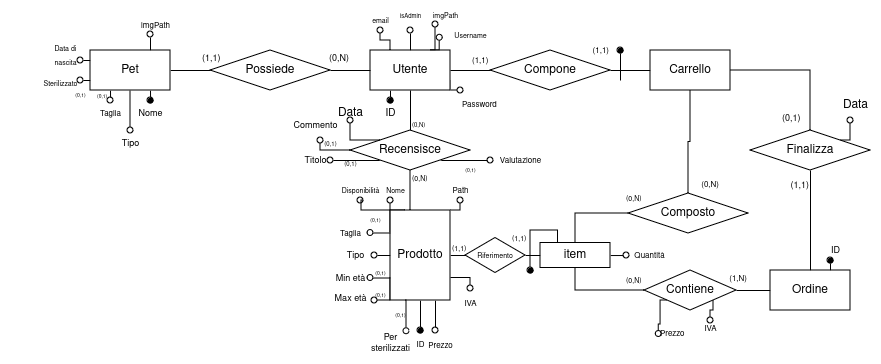
This is Documenti/DrawIo&Images/DarwinShopNormalized.png from NumberZeroo/TSW_Proj, a draw.io export, as it was before one commit. Source tidied: cells renumbered, new cells last; positions are measured from the earlier drawing's top-left corner, leaving out a move shared by most shapes.
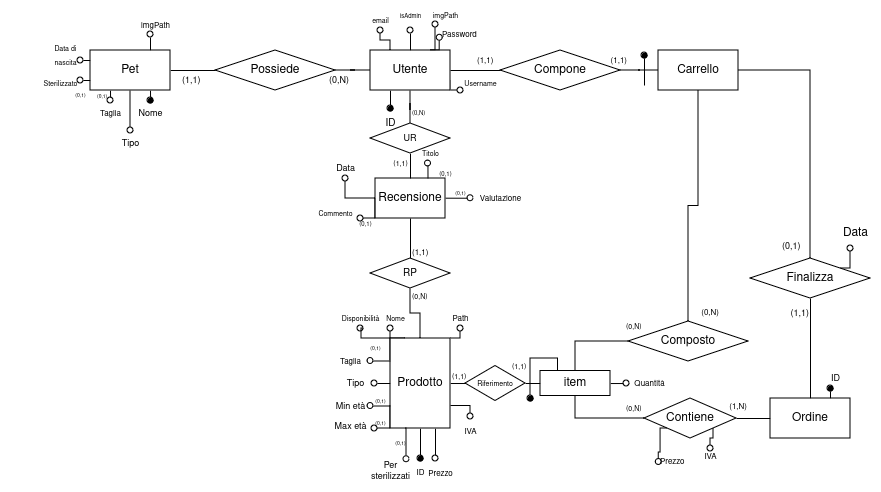
Above is the later version.

Commit message:
Reificata "recensione"

Diff of the diagram source:
```diff
@@ -6,7 +6,9 @@
       <mxGeometry relative="1" as="geometry">
-        <mxPoint x="390" y="100" as="targetPoint" />
+        <mxPoint x="390" y="-20" as="targetPoint" />
       </mxGeometry>
     </mxCell>
-    <mxCell id="3" style="edgeStyle=orthogonalEdgeStyle;rounded=0;jettySize=auto;html=1;exitX=0.75;exitY=0;exitDx=0;exitDy=0;endArrow=oval;endFill=0;entryX=-0.014;entryY=0.578;entryDx=0;entryDy=0;entryPerimeter=0;" parent="1" edge="1" source="8" target="68">
-      <mxGeometry relative="1" as="geometry" />
+    <mxCell id="3" style="edgeStyle=orthogonalEdgeStyle;rounded=0;jettySize=auto;html=1;exitX=0.75;exitY=0;exitDx=0;exitDy=0;endArrow=oval;endFill=0;entryX=-0.014;entryY=0.578;entryDx=0;entryDy=0;entryPerimeter=0;" parent="1" edge="1" source="8">
+      <mxGeometry relative="1" as="geometry">
+        <mxPoint x="439.2" y="-90.7" as="targetPoint" />
+      </mxGeometry>
     </mxCell>
@@ -15,4 +17,4 @@
         <Array as="points">
-          <mxPoint x="390" y="40" />
-          <mxPoint x="380" y="40" />
+          <mxPoint x="390" y="-88" />
+          <mxPoint x="380" y="-88" />
         </Array>
@@ -20,7 +22,8 @@
     </mxCell>
-    <mxCell id="5" style="edgeStyle=orthogonalEdgeStyle;rounded=0;jettySize=auto;html=1;exitX=1;exitY=0.75;exitDx=0;exitDy=0;endArrow=oval;endFill=0;" parent="1" edge="1" source="8" target="70">
+    <mxCell id="5" style="edgeStyle=orthogonalEdgeStyle;rounded=0;jettySize=auto;html=1;exitX=1;exitY=0.75;exitDx=0;exitDy=0;endArrow=oval;endFill=0;" parent="1" edge="1" source="8">
       <mxGeometry relative="1" as="geometry">
+        <mxPoint x="460" y="-38" as="targetPoint" />
         <Array as="points">
-          <mxPoint x="460" y="90" />
-          <mxPoint x="460" y="90" />
+          <mxPoint x="460" y="-38" />
+          <mxPoint x="460" y="-38" />
         </Array>
@@ -30,3 +33,3 @@
       <mxGeometry relative="1" as="geometry">
-        <mxPoint x="410" y="30" as="targetPoint" />
+        <mxPoint x="410" y="-98" as="targetPoint" />
       </mxGeometry>
@@ -35,7 +38,10 @@
       <mxGeometry relative="1" as="geometry">
-        <mxPoint x="435" y="20" as="targetPoint" />
+        <mxPoint x="435" y="-108" as="targetPoint" />
       </mxGeometry>
     </mxCell>
+    <mxCell id="118" style="edgeStyle=orthogonalEdgeStyle;rounded=0;jettySize=auto;html=1;entryX=0.5;entryY=0;entryDx=0;entryDy=0;endArrow=none;endFill=0;" parent="1" edge="1" source="8" target="124">
+      <mxGeometry relative="1" as="geometry" />
+    </mxCell>
     <mxCell id="8" value="Utente" style="whiteSpace=wrap;html=1;align=center;" parent="1" vertex="1">
-      <mxGeometry x="370" y="50" width="80" height="40" as="geometry" />
+      <mxGeometry x="370" y="-78" width="80" height="40" as="geometry" />
     </mxCell>
@@ -48,3 +54,3 @@
     <mxCell id="11" value="Compone" style="shape=rhombus;perimeter=rhombusPerimeter;whiteSpace=wrap;html=1;align=center;" parent="1" vertex="1">
-      <mxGeometry x="490" y="50" width="120" height="40" as="geometry" />
+      <mxGeometry x="500" y="-78" width="120" height="40" as="geometry" />
     </mxCell>
@@ -52,4 +58,4 @@
       <mxGeometry relative="1" as="geometry">
-        <mxPoint x="620" y="80" as="sourcePoint" />
-        <mxPoint x="620" y="50" as="targetPoint" />
+        <mxPoint x="644" y="-43" as="sourcePoint" />
+        <mxPoint x="644" y="-73" as="targetPoint" />
       </mxGeometry>
@@ -57,3 +63,3 @@
     <mxCell id="13" value="Carrello" style="whiteSpace=wrap;html=1;align=center;" parent="1" vertex="1">
-      <mxGeometry x="650" y="50" width="80" height="40" as="geometry" />
+      <mxGeometry x="658" y="-78" width="80" height="40" as="geometry" />
     </mxCell>
@@ -64,3 +70,3 @@
       <mxGeometry relative="1" as="geometry">
-        <mxPoint x="150.1" y="100" as="targetPoint" />
+        <mxPoint x="150.1" y="-28" as="targetPoint" />
       </mxGeometry>
@@ -69,3 +75,3 @@
       <mxGeometry relative="1" as="geometry">
-        <mxPoint x="130" y="130" as="targetPoint" />
+        <mxPoint x="130" y="2" as="targetPoint" />
       </mxGeometry>
@@ -74,3 +80,3 @@
       <mxGeometry relative="1" as="geometry">
-        <mxPoint x="110.1" y="100" as="targetPoint" />
+        <mxPoint x="110.1" y="-28" as="targetPoint" />
       </mxGeometry>
@@ -79,3 +85,3 @@
       <mxGeometry relative="1" as="geometry">
-        <mxPoint x="80" y="60.1" as="targetPoint" />
+        <mxPoint x="80" y="-67.9" as="targetPoint" />
       </mxGeometry>
@@ -84,3 +90,3 @@
       <mxGeometry relative="1" as="geometry">
-        <mxPoint x="80" y="80.1" as="targetPoint" />
+        <mxPoint x="80" y="-47.9" as="targetPoint" />
       </mxGeometry>
@@ -89,3 +95,3 @@
       <mxGeometry relative="1" as="geometry">
-        <mxPoint x="150" y="30" as="targetPoint" />
+        <mxPoint x="150" y="-98" as="targetPoint" />
       </mxGeometry>
@@ -93,3 +99,3 @@
     <mxCell id="21" value="Pet" style="whiteSpace=wrap;html=1;align=center;" parent="1" vertex="1">
-      <mxGeometry x="90" y="50" width="80" height="40" as="geometry" />
+      <mxGeometry x="90" y="-78" width="80" height="40" as="geometry" />
     </mxCell>
@@ -99,41 +105,26 @@
     <mxCell id="23" value="Possiede" style="shape=rhombus;perimeter=rhombusPerimeter;whiteSpace=wrap;html=1;align=center;" parent="1" vertex="1">
-      <mxGeometry x="210" y="50" width="120" height="40" as="geometry" />
+      <mxGeometry x="215" y="-78" width="120" height="40" as="geometry" />
     </mxCell>
-    <mxCell id="24" style="edgeStyle=orthogonalEdgeStyle;rounded=0;jettySize=auto;html=1;endArrow=none;endFill=0;" parent="1" edge="1" source="29" target="8">
-      <mxGeometry relative="1" as="geometry" />
-    </mxCell>
-    <mxCell id="25" style="edgeStyle=orthogonalEdgeStyle;rounded=0;jettySize=auto;html=1;exitX=0;exitY=0;exitDx=0;exitDy=0;endArrow=oval;endFill=0;" parent="1" edge="1" source="29">
+    <mxCell id="25" style="edgeStyle=orthogonalEdgeStyle;rounded=0;orthogonalLoop=1;jettySize=auto;html=1;exitX=0;exitY=0;exitDx=0;exitDy=0;endArrow=oval;endFill=0;" parent="1" edge="1">
       <mxGeometry relative="1" as="geometry">
-        <mxPoint x="350" y="120" as="targetPoint" />
+        <mxPoint x="375" y="70" as="sourcePoint" />
+        <mxPoint x="345" y="50" as="targetPoint" />
       </mxGeometry>
     </mxCell>
-    <mxCell id="26" style="edgeStyle=orthogonalEdgeStyle;rounded=0;jettySize=auto;html=1;exitX=0;exitY=0.5;exitDx=0;exitDy=0;endArrow=oval;endFill=0;" parent="1" edge="1" source="29">
+    <mxCell id="26" style="edgeStyle=orthogonalEdgeStyle;rounded=0;jettySize=auto;html=1;exitX=0;exitY=0.5;exitDx=0;exitDy=0;endArrow=oval;endFill=0;" parent="1" edge="1" source="120">
       <mxGeometry relative="1" as="geometry">
-        <mxPoint x="320" y="140" as="targetPoint" />
+        <mxPoint x="360" y="90" as="targetPoint" />
+        <Array as="points">
+          <mxPoint x="375" y="90" />
+        </Array>
       </mxGeometry>
     </mxCell>
-    <mxCell id="27" style="edgeStyle=orthogonalEdgeStyle;rounded=0;jettySize=auto;html=1;exitX=0;exitY=1;exitDx=0;exitDy=0;endArrow=oval;endFill=0;" parent="1" edge="1" source="29">
-      <mxGeometry relative="1" as="geometry">
-        <mxPoint x="330" y="160.1" as="targetPoint" />
-        <Array as="points">
-          <mxPoint x="330" y="160" />
-          <mxPoint x="330" y="160" />
-        </Array>
-      </mxGeometry>
-    </mxCell>
-    <mxCell id="28" style="edgeStyle=orthogonalEdgeStyle;rounded=0;jettySize=auto;html=1;exitX=1;exitY=1;exitDx=0;exitDy=0;endArrow=oval;endFill=0;" parent="1" edge="1" source="29">
+    <mxCell id="28" style="edgeStyle=orthogonalEdgeStyle;rounded=0;orthogonalLoop=1;jettySize=auto;html=1;exitX=1;exitY=1;exitDx=0;exitDy=0;endArrow=oval;endFill=0;" parent="1" edge="1">
       <mxGeometry relative="1" as="geometry">
-        <mxPoint x="490" y="160.1" as="targetPoint" />
+        <mxPoint x="445" y="69.7" as="sourcePoint" />
+        <mxPoint x="470" y="70" as="targetPoint" />
       </mxGeometry>
     </mxCell>
-    <mxCell id="29" value="Recensisce" style="shape=rhombus;perimeter=rhombusPerimeter;whiteSpace=wrap;html=1;align=center;" parent="1" vertex="1">
-      <mxGeometry x="350" y="130" width="120" height="40" as="geometry" />
-    </mxCell>
-    <mxCell id="30" style="edgeStyle=orthogonalEdgeStyle;rounded=0;jettySize=auto;html=1;endArrow=none;endFill=0;" parent="1" edge="1" source="42" target="29">
-      <mxGeometry relative="1" as="geometry">
-        <Array as="points">
-          <mxPoint x="410" y="190" />
-          <mxPoint x="410" y="190" />
-        </Array>
-      </mxGeometry>
+    <mxCell id="30" style="edgeStyle=orthogonalEdgeStyle;rounded=0;jettySize=auto;html=1;endArrow=none;endFill=0;entryX=0.5;entryY=1;entryDx=0;entryDy=0;" parent="1" edge="1" source="42" target="122">
+      <mxGeometry relative="1" as="geometry" />
     </mxCell>
@@ -238,12 +229,12 @@
     <mxCell id="53" value="&lt;font style=&quot;font-size: 9px;&quot;&gt;(0,N)&lt;/font&gt;" style="text;html=1;align=right;verticalAlign=bottom;strokeColor=none;fillColor=none;" parent="1" vertex="1">
-      <mxGeometry x="310" y="38" width="40" height="30" as="geometry" />
+      <mxGeometry x="310" y="-68" width="40" height="30" as="geometry" />
     </mxCell>
     <mxCell id="54" value="&lt;font style=&quot;font-size: 9px;&quot;&gt;(1,1)&lt;/font&gt;" style="text;html=1;align=left;verticalAlign=bottom;strokeColor=none;fillColor=none;" parent="1" vertex="1">
-      <mxGeometry x="200" y="38" width="40" height="30" as="geometry" />
+      <mxGeometry x="180" y="-68" width="40" height="30" as="geometry" />
     </mxCell>
     <mxCell id="55" value="&lt;font style=&quot;font-size: 8px;&quot;&gt;(1,1)&lt;/font&gt;" style="text;html=1;align=left;verticalAlign=bottom;strokeColor=none;fillColor=none;" parent="1" vertex="1">
-      <mxGeometry x="470" y="40" width="40" height="30" as="geometry" />
+      <mxGeometry x="475" y="-88" width="40" height="30" as="geometry" />
     </mxCell>
     <mxCell id="56" value="&lt;font style=&quot;font-size: 8px;&quot;&gt;(1,1)&lt;/font&gt;" style="text;html=1;align=right;verticalAlign=bottom;strokeColor=none;fillColor=none;" parent="1" vertex="1">
-      <mxGeometry x="570" y="30" width="40" height="30" as="geometry" />
+      <mxGeometry x="588" y="-88" width="40" height="30" as="geometry" />
     </mxCell>
@@ -255,3 +246,3 @@
     </mxCell>
-    <mxCell id="59" value="&lt;font style=&quot;font-size: 6px;&quot;&gt;(0,N)&lt;/font&gt;" style="text;html=1;align=left;verticalAlign=top;strokeColor=none;fillColor=none;" parent="1" vertex="1">
+    <mxCell id="59" value="&lt;font style=&quot;font-size: 8px;&quot;&gt;(1,1)&lt;br&gt;&lt;/font&gt;" style="text;html=1;align=left;verticalAlign=top;strokeColor=none;fillColor=none;" parent="1" vertex="1">
       <mxGeometry x="410" y="110" width="40" height="30" as="geometry" />
@@ -259,3 +250,3 @@
     <mxCell id="60" value="(0,N)" style="text;html=1;align=left;verticalAlign=bottom;strokeColor=none;fillColor=none;fontSize=7;" parent="1" vertex="1">
-      <mxGeometry x="410" y="165" width="40" height="20" as="geometry" />
+      <mxGeometry x="410" y="155" width="40" height="20" as="geometry" />
     </mxCell>
@@ -280,24 +271,24 @@
     <mxCell id="67" value="&lt;font style=&quot;font-size: 10px;&quot;&gt;ID&lt;/font&gt;" style="text;html=1;align=center;verticalAlign=middle;strokeColor=none;fillColor=none;" parent="1" vertex="1">
-      <mxGeometry x="375" y="98" width="30" height="30" as="geometry" />
+      <mxGeometry x="375" y="-20" width="30" height="30" as="geometry" />
     </mxCell>
     <mxCell id="68" value="&lt;div&gt;&lt;font style=&quot;font-size: 7px;&quot;&gt;Username&lt;/font&gt;&lt;/div&gt;" style="text;html=1;align=center;verticalAlign=middle;points=[];strokeColor=none;fillColor=none;" parent="1" vertex="1">
-      <mxGeometry x="440" y="20" width="60" height="30" as="geometry" />
+      <mxGeometry x="450" y="-60" width="60" height="30" as="geometry" />
     </mxCell>
     <mxCell id="69" value="&lt;font style=&quot;font-size: 7px;&quot;&gt;email&lt;/font&gt;" style="text;html=1;align=center;verticalAlign=bottom;points=[];strokeColor=none;fillColor=none;" parent="1" vertex="1">
-      <mxGeometry x="360" width="40" height="30" as="geometry" />
+      <mxGeometry x="360" y="-128" width="40" height="30" as="geometry" />
     </mxCell>
     <mxCell id="70" value="&lt;font style=&quot;font-size: 8px;&quot;&gt;Password&lt;/font&gt;" style="text;html=1;align=left;verticalAlign=top;points=[];strokeColor=none;fillColor=none;" parent="1" vertex="1">
-      <mxGeometry x="460" y="90" width="60" height="30" as="geometry" />
+      <mxGeometry x="440" y="-108" width="60" height="30" as="geometry" />
     </mxCell>
     <mxCell id="71" value="&lt;font style=&quot;font-size: 9px;&quot;&gt;Nome&lt;/font&gt;" style="text;html=1;align=center;verticalAlign=middle;strokeColor=none;fillColor=none;" parent="1" vertex="1">
-      <mxGeometry x="125" y="98" width="50" height="30" as="geometry" />
+      <mxGeometry x="125" y="-30" width="50" height="30" as="geometry" />
     </mxCell>
     <mxCell id="72" value="&lt;font style=&quot;font-size: 9px;&quot;&gt;Tipo&lt;/font&gt;" style="text;html=1;align=center;verticalAlign=middle;strokeColor=none;fillColor=none;" parent="1" vertex="1">
-      <mxGeometry x="110" y="128" width="40" height="30" as="geometry" />
+      <mxGeometry x="110" width="40" height="30" as="geometry" />
     </mxCell>
     <mxCell id="73" value="&lt;font style=&quot;font-size: 8px;&quot;&gt;Taglia&lt;/font&gt;" style="text;html=1;align=center;verticalAlign=middle;strokeColor=none;fillColor=none;" parent="1" vertex="1">
-      <mxGeometry x="90" y="98" width="40" height="30" as="geometry" />
+      <mxGeometry x="90" y="-30" width="40" height="30" as="geometry" />
     </mxCell>
     <mxCell id="74" value="&lt;font style=&quot;font-size: 5px;&quot;&gt;(0,1)&lt;br&gt;&lt;/font&gt;" style="text;html=1;align=left;verticalAlign=middle;strokeColor=none;fillColor=none;" parent="1" vertex="1">
-      <mxGeometry x="95" y="80" width="30" height="30" as="geometry" />
+      <mxGeometry x="95" y="-48" width="30" height="30" as="geometry" />
     </mxCell>
@@ -313,9 +304,9 @@
     <mxCell id="78" value="&lt;blockquote&gt;&lt;div align=&quot;justify&quot;&gt;&lt;font style=&quot;font-size: 7px;&quot;&gt;Data di&lt;/font&gt;&lt;br&gt;&lt;font style=&quot;font-size: 7px;&quot;&gt;nascita&lt;/font&gt;&lt;br&gt;&lt;/div&gt;&lt;/blockquote&gt;" style="text;html=1;align=center;verticalAlign=middle;strokeColor=none;fillColor=none;" parent="1" vertex="1">
-      <mxGeometry y="20" width="130" height="70" as="geometry" />
+      <mxGeometry y="-108" width="130" height="70" as="geometry" />
     </mxCell>
     <mxCell id="79" value="&lt;font style=&quot;font-size: 7px;&quot;&gt;Sterilizzato&lt;/font&gt;" style="text;html=1;align=center;verticalAlign=middle;strokeColor=none;fillColor=none;" parent="1" vertex="1">
-      <mxGeometry x="30" y="68" width="60" height="30" as="geometry" />
+      <mxGeometry x="30" y="-60" width="60" height="30" as="geometry" />
     </mxCell>
     <mxCell id="80" value="&lt;font style=&quot;font-size: 5px;&quot;&gt;(0,1)&lt;/font&gt;" style="text;html=1;align=center;verticalAlign=top;strokeColor=none;fillColor=none;horizontal=1;" parent="1" vertex="1">
-      <mxGeometry x="65" y="80" width="30" height="30" as="geometry" />
+      <mxGeometry x="65" y="-48" width="30" height="30" as="geometry" />
     </mxCell>
@@ -358,22 +349,22 @@
     </mxCell>
-    <mxCell id="90" value="Data" style="text;html=1;align=center;verticalAlign=middle;strokeColor=none;fillColor=none;" parent="1" vertex="1">
-      <mxGeometry x="325" y="98" width="50" height="30" as="geometry" />
+    <mxCell id="90" value="&lt;font style=&quot;font-size: 9px;&quot;&gt;Data&lt;/font&gt;" style="text;html=1;align=center;verticalAlign=middle;strokeColor=none;fillColor=none;" parent="1" vertex="1">
+      <mxGeometry x="325" y="25" width="40" height="30" as="geometry" />
     </mxCell>
-    <mxCell id="91" value="&lt;font style=&quot;font-size: 9px;&quot;&gt;Commento&lt;/font&gt;" style="text;html=1;align=center;verticalAlign=middle;strokeColor=none;fillColor=none;" parent="1" vertex="1">
-      <mxGeometry x="280" y="110" width="70" height="30" as="geometry" />
+    <mxCell id="91" value="&lt;font style=&quot;font-size: 7px;&quot;&gt;Commento&lt;/font&gt;" style="text;html=1;align=center;verticalAlign=middle;strokeColor=none;fillColor=none;" parent="1" vertex="1">
+      <mxGeometry x="305" y="70" width="60" height="30" as="geometry" />
     </mxCell>
-    <mxCell id="92" value="&lt;font style=&quot;font-size: 9px;&quot;&gt;Titolo&lt;/font&gt;" style="text;html=1;align=center;verticalAlign=middle;strokeColor=none;fillColor=none;" parent="1" vertex="1">
-      <mxGeometry x="290" y="145" width="50" height="30" as="geometry" />
+    <mxCell id="92" value="&lt;font style=&quot;font-size: 7px;&quot;&gt;Titolo&lt;/font&gt;" style="text;html=1;align=center;verticalAlign=middle;strokeColor=none;fillColor=none;" parent="1" vertex="1">
+      <mxGeometry x="410" y="10" width="40" height="30" as="geometry" />
     </mxCell>
     <mxCell id="93" value="&lt;font style=&quot;font-size: 8px;&quot;&gt;Valutazione&lt;/font&gt;" style="text;html=1;align=center;verticalAlign=middle;strokeColor=none;fillColor=none;" parent="1" vertex="1">
-      <mxGeometry x="490" y="145" width="60" height="30" as="geometry" />
+      <mxGeometry x="470" y="55" width="60" height="30" as="geometry" />
     </mxCell>
     <mxCell id="94" value="&lt;font style=&quot;font-size: 6px;&quot;&gt;(0,1)&lt;/font&gt;" style="text;html=1;align=center;verticalAlign=middle;strokeColor=none;fillColor=none;" parent="1" vertex="1">
-      <mxGeometry x="310" y="128" width="40" height="30" as="geometry" />
+      <mxGeometry x="345" y="80" width="40" height="30" as="geometry" />
     </mxCell>
     <mxCell id="95" value="&lt;font style=&quot;font-size: 6px;&quot;&gt;(0,1)&lt;/font&gt;" style="text;html=1;align=center;verticalAlign=middle;points=[];strokeColor=none;fillColor=none;" parent="1" vertex="1">
-      <mxGeometry x="330" y="148" width="40" height="30" as="geometry" />
+      <mxGeometry x="425" y="30" width="40" height="30" as="geometry" />
     </mxCell>
     <mxCell id="96" value="&lt;font style=&quot;font-size: 6px;&quot;&gt;isAdmin&lt;/font&gt;" style="text;html=1;align=center;verticalAlign=middle;strokeColor=none;fillColor=none;" parent="1" vertex="1">
-      <mxGeometry x="390" width="40" height="30" as="geometry" />
+      <mxGeometry x="390" y="-128" width="40" height="30" as="geometry" />
     </mxCell>
@@ -447,10 +438,34 @@
     <mxCell id="115" value="&lt;font style=&quot;font-size: 8px;&quot;&gt;imgPath&lt;/font&gt;" style="text;html=1;align=center;verticalAlign=middle;strokeColor=none;fillColor=none;" parent="1" vertex="1">
-      <mxGeometry x="130" y="10" width="50" height="30" as="geometry" />
+      <mxGeometry x="130" y="-118" width="50" height="30" as="geometry" />
     </mxCell>
     <mxCell id="116" value="&lt;font style=&quot;font-size: 7px;&quot;&gt;imgPath&lt;/font&gt;" style="text;html=1;align=center;verticalAlign=middle;strokeColor=none;fillColor=none;" parent="1" vertex="1">
-      <mxGeometry x="420" width="50" height="30" as="geometry" />
+      <mxGeometry x="420" y="-128" width="50" height="30" as="geometry" />
     </mxCell>
     <mxCell id="117" value="&lt;font style=&quot;font-size: 5px;&quot;&gt;(0,1)&lt;/font&gt;" style="text;html=1;align=center;verticalAlign=top;strokeColor=none;fillColor=none;horizontal=1;" parent="1" vertex="1">
-      <mxGeometry x="455" y="155" width="30" height="30" as="geometry" />
+      <mxGeometry x="445" y="50" width="30" height="30" as="geometry" />
     </mxCell>
+    <mxCell id="119" style="edgeStyle=orthogonalEdgeStyle;rounded=0;jettySize=auto;html=1;exitX=0.75;exitY=0;exitDx=0;exitDy=0;endArrow=oval;endFill=0;entryX=0.061;entryY=0.167;entryDx=0;entryDy=0;entryPerimeter=0;" parent="1" edge="1" source="120" target="95">
+      <mxGeometry relative="1" as="geometry" />
+    </mxCell>
+    <mxCell id="120" value="Recensione" style="rounded=0;whiteSpace=wrap;html=1;" parent="1" vertex="1">
+      <mxGeometry x="375" y="50" width="70" height="40" as="geometry" />
+    </mxCell>
+    <mxCell id="121" style="edgeStyle=orthogonalEdgeStyle;rounded=0;jettySize=auto;html=1;exitX=0.5;exitY=0;exitDx=0;exitDy=0;entryX=0.5;entryY=1;entryDx=0;entryDy=0;endArrow=none;endFill=0;" parent="1" edge="1" source="122" target="120">
+      <mxGeometry relative="1" as="geometry" />
+    </mxCell>
+    <mxCell id="122" value="&lt;font style=&quot;font-size: 10px;&quot;&gt;RP&lt;/font&gt;" style="rhombus;whiteSpace=wrap;html=1;" parent="1" vertex="1">
+      <mxGeometry x="370" y="130" width="80" height="30" as="geometry" />
+    </mxCell>
+    <mxCell id="123" style="edgeStyle=orthogonalEdgeStyle;rounded=0;jettySize=auto;html=1;exitX=0.5;exitY=1;exitDx=0;exitDy=0;entryX=0.5;entryY=0;entryDx=0;entryDy=0;endArrow=none;endFill=0;" parent="1" edge="1" source="124" target="120">
+      <mxGeometry relative="1" as="geometry" />
+    </mxCell>
+    <mxCell id="124" value="&lt;font style=&quot;font-size: 9px;&quot;&gt;UR&lt;/font&gt;" style="rhombus;whiteSpace=wrap;html=1;" parent="1" vertex="1">
+      <mxGeometry x="370" y="-5" width="80" height="30" as="geometry" />
+    </mxCell>
+    <mxCell id="125" value="&lt;font style=&quot;font-size: 6px;&quot;&gt;(0,N)&lt;/font&gt;" style="text;html=1;align=left;verticalAlign=top;strokeColor=none;fillColor=none;" parent="1" vertex="1">
+      <mxGeometry x="410" y="-30" width="40" height="30" as="geometry" />
+    </mxCell>
+    <mxCell id="126" value="&lt;font style=&quot;font-size: 7px;&quot;&gt;(1,1)&lt;/font&gt;" style="text;html=1;align=center;verticalAlign=middle;strokeColor=none;fillColor=none;" parent="1" vertex="1">
+      <mxGeometry x="380" y="20" width="40" height="30" as="geometry" />
+    </mxCell>
   </root>
```
